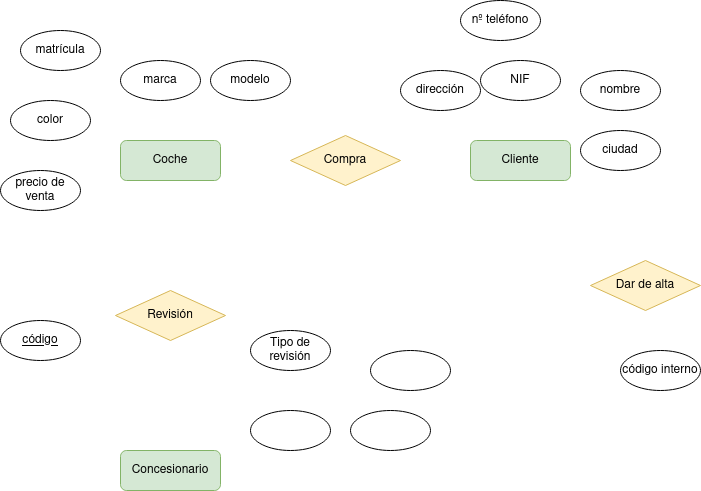
Before: Unidad-1/Tareas/Tarea-5/Ejercicio6.drawio.png, a diagram exported from draw.io (LuisMGlez/base-datos). Source tidied: cells renumbered, new cells last; positions are measured from the earlier drawing's top-left corner, leaving out a move shared by most shapes.
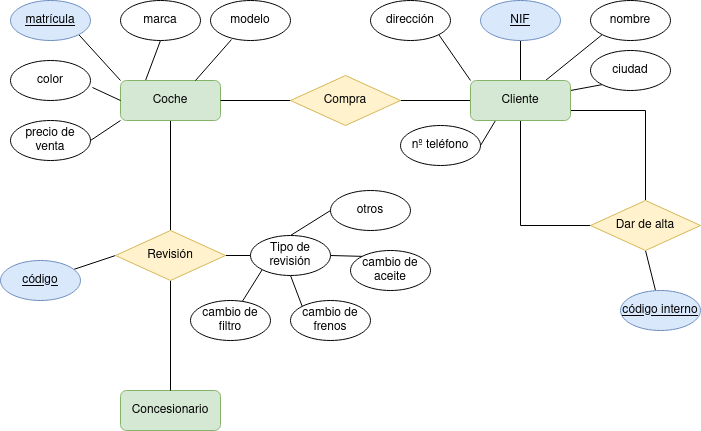
Later version of the same file.

Diff of the diagram source:
```diff
@@ -5,50 +5,101 @@
     <mxCell id="2" value="Concesionario" style="rounded=1;whiteSpace=wrap;html=1;fillColor=#d5e8d4;strokeColor=#82b366;" parent="1" vertex="1">
       <mxGeometry x="120" y="450" width="100" height="40" as="geometry" />
     </mxCell>
+    <mxCell id="24" style="edgeStyle=orthogonalEdgeStyle;rounded=0;jettySize=auto;html=1;exitX=0.5;exitY=1;exitDx=0;exitDy=0;entryX=0.5;entryY=0;entryDx=0;entryDy=0;endArrow=none;endFill=0;" parent="1" edge="1" source="3" target="6">
+      <mxGeometry relative="1" as="geometry" />
+    </mxCell>
+    <mxCell id="25" style="rounded=0;jettySize=auto;html=1;exitX=0;exitY=0;exitDx=0;exitDy=0;entryX=1;entryY=1;entryDx=0;entryDy=0;endArrow=none;endFill=0;" parent="1" edge="1" source="3" target="20">
+      <mxGeometry relative="1" as="geometry" />
+    </mxCell>
+    <mxCell id="26" style="rounded=0;jettySize=auto;html=1;exitX=0;exitY=1;exitDx=0;exitDy=0;entryX=1;entryY=0.5;entryDx=0;entryDy=0;endArrow=none;endFill=0;" parent="1" edge="1" source="3" target="16">
+      <mxGeometry relative="1" as="geometry" />
+    </mxCell>
+    <mxCell id="27" style="rounded=0;jettySize=auto;html=1;exitX=0.25;exitY=0;exitDx=0;exitDy=0;entryX=0.5;entryY=1;entryDx=0;entryDy=0;endArrow=none;endFill=0;" parent="1" edge="1" source="3" target="19">
+      <mxGeometry relative="1" as="geometry" />
+    </mxCell>
     <mxCell id="3" value="Coche" style="rounded=1;whiteSpace=wrap;html=1;fillColor=#d5e8d4;strokeColor=#82b366;" parent="1" vertex="1">
       <mxGeometry x="120" y="140" width="100" height="40" as="geometry" />
     </mxCell>
+    <mxCell id="28" style="edgeStyle=orthogonalEdgeStyle;rounded=0;jettySize=auto;html=1;exitX=0.5;exitY=1;exitDx=0;exitDy=0;entryX=0;entryY=0.5;entryDx=0;entryDy=0;endArrow=none;endFill=0;" parent="1" edge="1" source="4" target="7">
+      <mxGeometry relative="1" as="geometry" />
+    </mxCell>
+    <mxCell id="29" style="edgeStyle=orthogonalEdgeStyle;rounded=0;jettySize=auto;html=1;exitX=1;exitY=0.75;exitDx=0;exitDy=0;entryX=0.5;entryY=0;entryDx=0;entryDy=0;endArrow=none;endFill=0;" parent="1" edge="1" source="4" target="7">
+      <mxGeometry relative="1" as="geometry" />
+    </mxCell>
+    <mxCell id="30" style="edgeStyle=orthogonalEdgeStyle;rounded=0;jettySize=auto;html=1;exitX=0;exitY=0.5;exitDx=0;exitDy=0;entryX=1;entryY=0.5;entryDx=0;entryDy=0;endArrow=none;endFill=0;" parent="1" edge="1" source="4" target="5">
+      <mxGeometry relative="1" as="geometry" />
+    </mxCell>
+    <mxCell id="31" style="rounded=0;jettySize=auto;html=1;exitX=0.25;exitY=1;exitDx=0;exitDy=0;entryX=1;entryY=0.5;entryDx=0;entryDy=0;endArrow=none;endFill=0;" parent="1" edge="1" source="4" target="11">
+      <mxGeometry relative="1" as="geometry" />
+    </mxCell>
+    <mxCell id="32" style="rounded=0;jettySize=auto;html=1;exitX=0;exitY=0;exitDx=0;exitDy=0;entryX=1;entryY=1;entryDx=0;entryDy=0;endArrow=none;endFill=0;" parent="1" edge="1" source="4" target="13">
+      <mxGeometry relative="1" as="geometry" />
+    </mxCell>
+    <mxCell id="33" style="rounded=0;jettySize=auto;html=1;exitX=0.5;exitY=0;exitDx=0;exitDy=0;entryX=0.5;entryY=1;entryDx=0;entryDy=0;endArrow=none;endFill=0;" parent="1" edge="1" source="4" target="15">
+      <mxGeometry relative="1" as="geometry" />
+    </mxCell>
+    <mxCell id="34" style="rounded=0;jettySize=auto;html=1;exitX=0.75;exitY=0;exitDx=0;exitDy=0;entryX=0;entryY=1;entryDx=0;entryDy=0;endArrow=none;endFill=0;" parent="1" edge="1" source="4" target="14">
+      <mxGeometry relative="1" as="geometry" />
+    </mxCell>
+    <mxCell id="35" style="rounded=0;jettySize=auto;html=1;exitX=1;exitY=0.25;exitDx=0;exitDy=0;entryX=0;entryY=1;entryDx=0;entryDy=0;endArrow=none;endFill=0;" parent="1" edge="1" source="4" target="12">
+      <mxGeometry relative="1" as="geometry" />
+    </mxCell>
     <mxCell id="4" value="Cliente" style="rounded=1;whiteSpace=wrap;html=1;fillColor=#d5e8d4;strokeColor=#82b366;" parent="1" vertex="1">
       <mxGeometry x="470" y="140" width="100" height="40" as="geometry" />
     </mxCell>
+    <mxCell id="36" style="edgeStyle=orthogonalEdgeStyle;rounded=0;jettySize=auto;html=1;exitX=0;exitY=0.5;exitDx=0;exitDy=0;entryX=1;entryY=0.5;entryDx=0;entryDy=0;endArrow=none;endFill=0;" parent="1" edge="1" source="5" target="3">
+      <mxGeometry relative="1" as="geometry" />
+    </mxCell>
     <mxCell id="5" value="Compra" style="rhombus;whiteSpace=wrap;html=1;fillColor=#fff2cc;strokeColor=#d6b656;" parent="1" vertex="1">
       <mxGeometry x="290" y="135" width="110" height="50" as="geometry" />
     </mxCell>
+    <mxCell id="37" style="edgeStyle=orthogonalEdgeStyle;rounded=0;jettySize=auto;html=1;exitX=0.5;exitY=1;exitDx=0;exitDy=0;entryX=0.5;entryY=0;entryDx=0;entryDy=0;endArrow=none;endFill=0;" parent="1" edge="1" source="6" target="2">
+      <mxGeometry relative="1" as="geometry" />
+    </mxCell>
+    <mxCell id="38" style="edgeStyle=orthogonalEdgeStyle;rounded=0;jettySize=auto;html=1;exitX=1;exitY=0.5;exitDx=0;exitDy=0;entryX=0;entryY=0.5;entryDx=0;entryDy=0;endArrow=none;endFill=0;" parent="1" edge="1" source="6" target="23">
+      <mxGeometry relative="1" as="geometry" />
+    </mxCell>
+    <mxCell id="39" style="rounded=0;jettySize=auto;html=1;exitX=0;exitY=0.5;exitDx=0;exitDy=0;endArrow=none;endFill=0;" parent="1" edge="1" source="6" target="22">
+      <mxGeometry relative="1" as="geometry" />
+    </mxCell>
     <mxCell id="6" value="Revisión" style="rhombus;whiteSpace=wrap;html=1;fillColor=#fff2cc;strokeColor=#d6b656;" parent="1" vertex="1">
       <mxGeometry x="115" y="290" width="110" height="50" as="geometry" />
     </mxCell>
+    <mxCell id="40" style="rounded=0;jettySize=auto;html=1;exitX=0.5;exitY=1;exitDx=0;exitDy=0;endArrow=none;endFill=0;" parent="1" edge="1" source="7" target="10">
+      <mxGeometry relative="1" as="geometry" />
+    </mxCell>
     <mxCell id="7" value="Dar de alta" style="rhombus;whiteSpace=wrap;html=1;fillColor=#fff2cc;strokeColor=#d6b656;" parent="1" vertex="1">
       <mxGeometry x="590" y="260" width="110" height="50" as="geometry" />
     </mxCell>
-    <mxCell id="8" style="ellipse;whiteSpace=wrap;html=1;" parent="1" vertex="1">
-      <mxGeometry x="250" y="410" width="80" height="40" as="geometry" />
+    <mxCell id="8" value="cambio de filtro" style="ellipse;whiteSpace=wrap;html=1;" parent="1" vertex="1">
+      <mxGeometry x="190" y="360" width="80" height="40" as="geometry" />
     </mxCell>
-    <mxCell id="9" style="ellipse;whiteSpace=wrap;html=1;" parent="1" vertex="1">
-      <mxGeometry x="350" y="410" width="80" height="40" as="geometry" />
+    <mxCell id="9" value="cambio de aceite" style="ellipse;whiteSpace=wrap;html=1;" parent="1" vertex="1">
+      <mxGeometry x="350" y="310" width="80" height="40" as="geometry" />
     </mxCell>
-    <mxCell id="10" value="código interno" style="ellipse;whiteSpace=wrap;html=1;" parent="1" vertex="1">
+    <mxCell id="10" value="&lt;u&gt;código interno&lt;/u&gt;" style="ellipse;whiteSpace=wrap;html=1;fillColor=#dae8fc;strokeColor=#6c8ebf;" parent="1" vertex="1">
       <mxGeometry x="620" y="350" width="80" height="40" as="geometry" />
     </mxCell>
     <mxCell id="11" value="nº teléfono" style="ellipse;whiteSpace=wrap;html=1;" parent="1" vertex="1">
-      <mxGeometry x="460" width="80" height="40" as="geometry" />
+      <mxGeometry x="400" y="185" width="80" height="40" as="geometry" />
     </mxCell>
     <mxCell id="12" value="ciudad" style="ellipse;whiteSpace=wrap;html=1;" parent="1" vertex="1">
-      <mxGeometry x="580" y="130" width="80" height="40" as="geometry" />
+      <mxGeometry x="590" y="110" width="80" height="40" as="geometry" />
     </mxCell>
     <mxCell id="13" value="dirección" style="ellipse;whiteSpace=wrap;html=1;" parent="1" vertex="1">
-      <mxGeometry x="400" y="70" width="80" height="40" as="geometry" />
+      <mxGeometry x="370" y="60" width="80" height="40" as="geometry" />
     </mxCell>
     <mxCell id="14" value="nombre" style="ellipse;whiteSpace=wrap;html=1;" parent="1" vertex="1">
-      <mxGeometry x="580" y="70" width="80" height="40" as="geometry" />
+      <mxGeometry x="590" y="60" width="80" height="40" as="geometry" />
     </mxCell>
-    <mxCell id="15" value="NIF" style="ellipse;whiteSpace=wrap;html=1;" parent="1" vertex="1">
+    <mxCell id="15" value="&lt;u&gt;NIF&lt;/u&gt;" style="ellipse;whiteSpace=wrap;html=1;fillColor=#dae8fc;strokeColor=#6c8ebf;" parent="1" vertex="1">
       <mxGeometry x="480" y="60" width="80" height="40" as="geometry" />
     </mxCell>
     <mxCell id="16" value="precio de venta" style="ellipse;whiteSpace=wrap;html=1;" parent="1" vertex="1">
-      <mxGeometry y="170" width="80" height="40" as="geometry" />
+      <mxGeometry x="10" y="180" width="80" height="40" as="geometry" />
     </mxCell>
     <mxCell id="17" value="color" style="ellipse;whiteSpace=wrap;html=1;" parent="1" vertex="1">
-      <mxGeometry x="10" y="100" width="80" height="40" as="geometry" />
+      <mxGeometry x="10" y="120" width="80" height="40" as="geometry" />
     </mxCell>
     <mxCell id="18" value="modelo" style="ellipse;whiteSpace=wrap;html=1;" parent="1" vertex="1">
       <mxGeometry x="210" y="60" width="80" height="40" as="geometry" />
@@ -56,17 +107,38 @@
     <mxCell id="19" value="marca" style="ellipse;whiteSpace=wrap;html=1;" parent="1" vertex="1">
       <mxGeometry x="120" y="60" width="80" height="40" as="geometry" />
     </mxCell>
-    <mxCell id="20" value="matrícula" style="ellipse;whiteSpace=wrap;html=1;" parent="1" vertex="1">
-      <mxGeometry x="20" y="30" width="80" height="40" as="geometry" />
+    <mxCell id="20" value="&lt;u&gt;matrícula&lt;/u&gt;" style="ellipse;whiteSpace=wrap;html=1;fillColor=#dae8fc;strokeColor=#6c8ebf;" parent="1" vertex="1">
+      <mxGeometry x="10" y="60" width="80" height="40" as="geometry" />
     </mxCell>
-    <mxCell id="21" style="ellipse;whiteSpace=wrap;html=1;" parent="1" vertex="1">
-      <mxGeometry x="370" y="350" width="80" height="40" as="geometry" />
+    <mxCell id="21" value="cambio de frenos" style="ellipse;whiteSpace=wrap;html=1;" parent="1" vertex="1">
+      <mxGeometry x="290" y="360" width="80" height="40" as="geometry" />
     </mxCell>
-    <mxCell id="22" value="&lt;u&gt;código&lt;/u&gt;" style="ellipse;whiteSpace=wrap;html=1;" parent="1" vertex="1">
+    <mxCell id="22" value="&lt;u&gt;código&lt;/u&gt;" style="ellipse;whiteSpace=wrap;html=1;fillColor=#dae8fc;strokeColor=#6c8ebf;" parent="1" vertex="1">
       <mxGeometry y="320" width="80" height="40" as="geometry" />
     </mxCell>
+    <mxCell id="41" style="rounded=0;jettySize=auto;html=1;exitX=0;exitY=1;exitDx=0;exitDy=0;endArrow=none;endFill=0;" parent="1" edge="1" source="23" target="8">
+      <mxGeometry relative="1" as="geometry" />
+    </mxCell>
+    <mxCell id="42" style="rounded=0;jettySize=auto;html=1;exitX=0.5;exitY=1;exitDx=0;exitDy=0;entryX=0;entryY=0;entryDx=0;entryDy=0;endArrow=none;endFill=0;" parent="1" edge="1" source="23" target="21">
+      <mxGeometry relative="1" as="geometry" />
+    </mxCell>
+    <mxCell id="43" style="rounded=0;jettySize=auto;html=1;exitX=0.5;exitY=0;exitDx=0;exitDy=0;entryX=0;entryY=0.5;entryDx=0;entryDy=0;endArrow=none;endFill=0;" parent="1" edge="1" source="23" target="45">
+      <mxGeometry relative="1" as="geometry" />
+    </mxCell>
+    <mxCell id="44" style="rounded=0;jettySize=auto;html=1;exitX=1;exitY=0.5;exitDx=0;exitDy=0;entryX=0;entryY=0;entryDx=0;entryDy=0;endArrow=none;endFill=0;" parent="1" edge="1" source="23" target="9">
+      <mxGeometry relative="1" as="geometry" />
+    </mxCell>
     <mxCell id="23" value="Tipo de revisión" style="ellipse;whiteSpace=wrap;html=1;" parent="1" vertex="1">
-      <mxGeometry x="250" y="330" width="80" height="40" as="geometry" />
+      <mxGeometry x="250" y="295" width="80" height="40" as="geometry" />
     </mxCell>
+    <mxCell id="45" value="otros" style="ellipse;whiteSpace=wrap;html=1;" parent="1" vertex="1">
+      <mxGeometry x="330" y="250" width="80" height="40" as="geometry" />
+    </mxCell>
+    <mxCell id="46" style="rounded=0;jettySize=auto;html=1;exitX=0;exitY=0.5;exitDx=0;exitDy=0;entryX=1.025;entryY=0.675;entryDx=0;entryDy=0;entryPerimeter=0;endArrow=none;endFill=0;" parent="1" edge="1" source="3" target="17">
+      <mxGeometry relative="1" as="geometry" />
+    </mxCell>
+    <mxCell id="47" style="rounded=0;jettySize=auto;html=1;exitX=0.75;exitY=0;exitDx=0;exitDy=0;entryX=0.263;entryY=0.975;entryDx=0;entryDy=0;entryPerimeter=0;endArrow=none;endFill=0;" parent="1" edge="1" source="3" target="18">
+      <mxGeometry relative="1" as="geometry" />
+    </mxCell>
   </root>
 </mxGraphModel>
```
